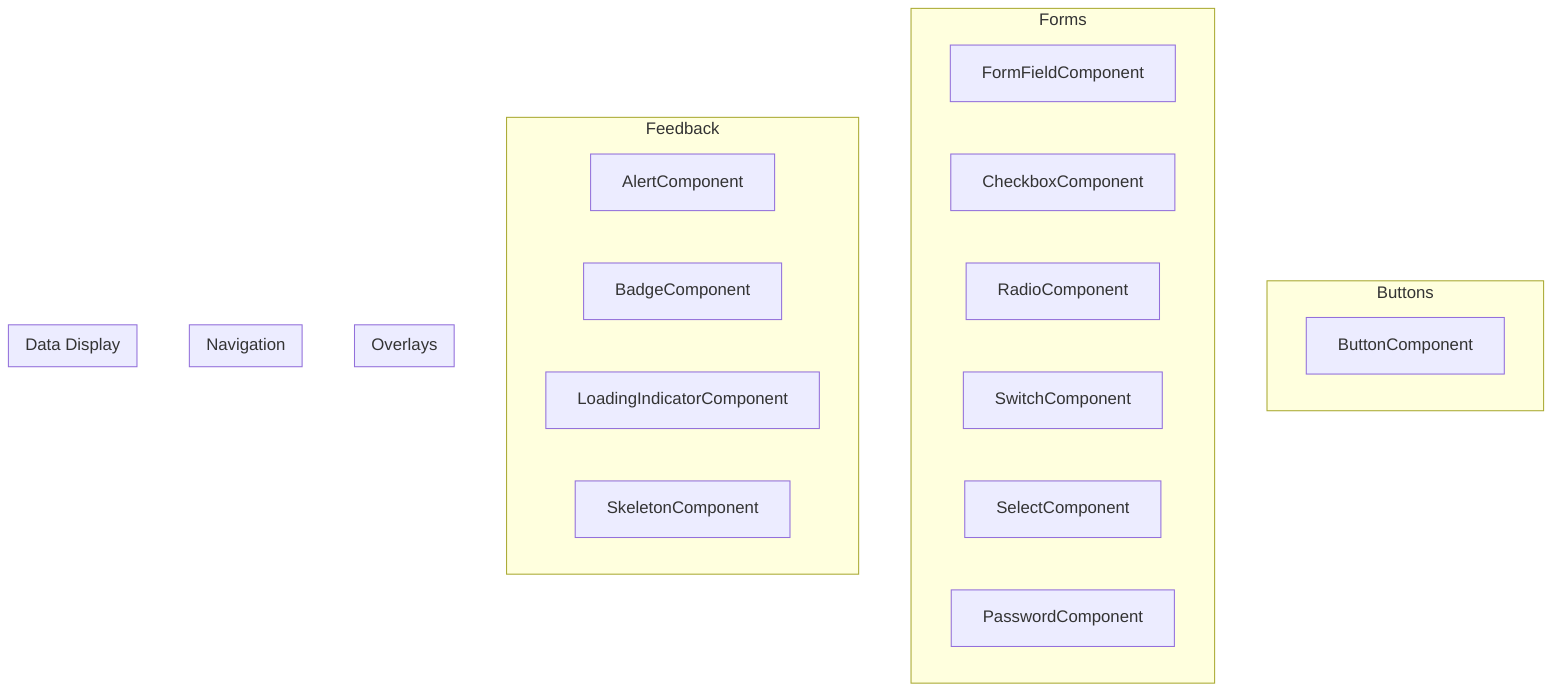
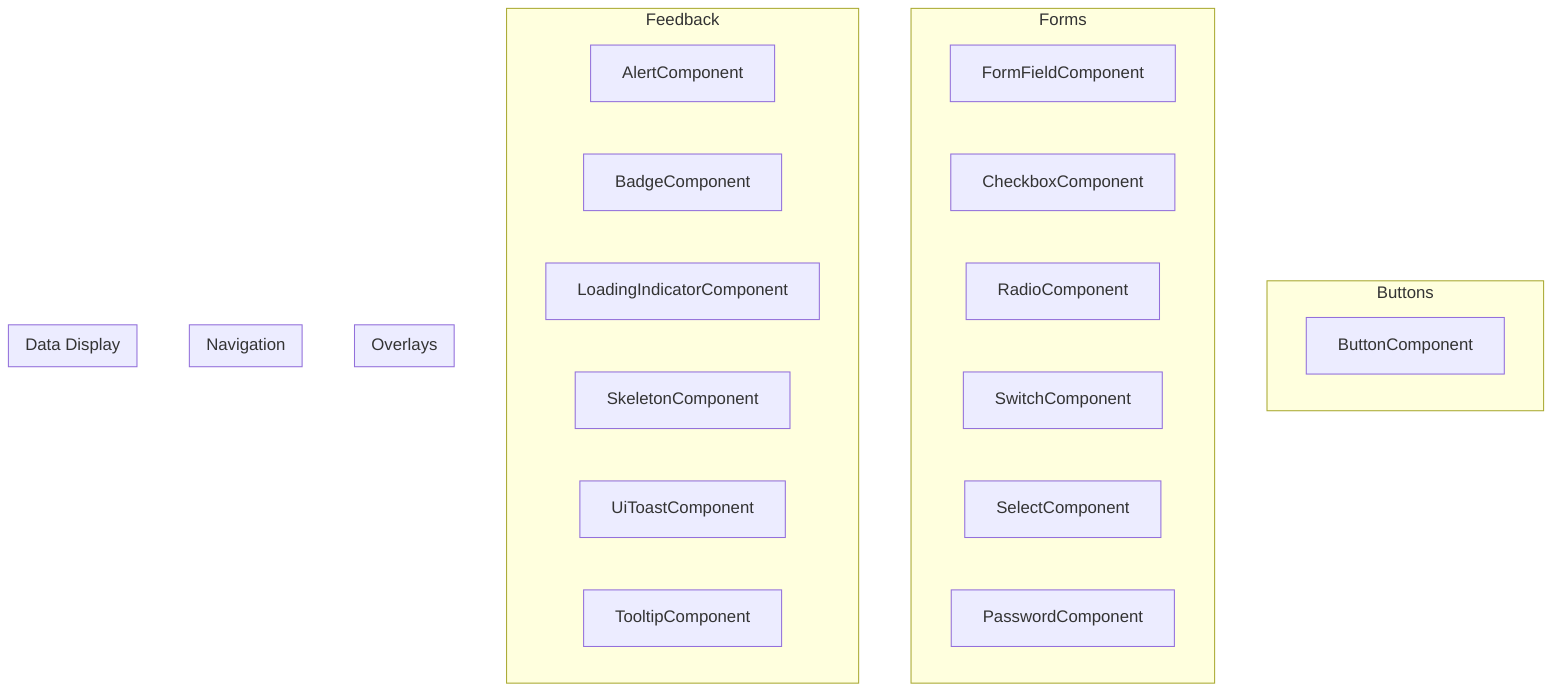
flowchart TB
  subgraph buttons["Buttons"]
    button_component["ButtonComponent"]
  end

  subgraph forms["Forms"]
    form_field_component["FormFieldComponent"]
    checkbox_component["CheckboxComponent"]
    radio_component["RadioComponent"]
    switch_component["SwitchComponent"]
    select_component["SelectComponent"]
    password_component["PasswordComponent"]
  end

  subgraph feedback["Feedback"]
    alert_component["AlertComponent"]
    badge_component["BadgeComponent"]
    loading_indicator_component["LoadingIndicatorComponent"]
    skeleton_component["SkeletonComponent"]
+     ui_toast_component["UiToastComponent"]
+     tooltip_component["TooltipComponent"]
  end

  subgraph overlays["Overlays"]
    %% Components go here.
  end

  subgraph navigation["Navigation"]
    %% Components go here.
  end

  subgraph data_display["Data Display"]
    %% Components go here.
  end
